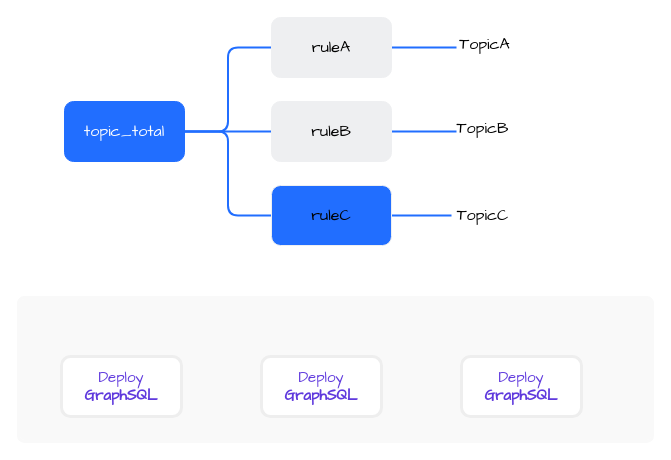
2pc/mydrawio keeps this draw.io diagram as trigger_action.drawio. Above is the earlier version. Source tidied: cells renumbered, new cells numbered last; positions are measured from the earlier drawing's top-left corner, leaving out a move shared by most shapes. Both pictures are drawn from the tidied source at 100%, with x=0, y=0 at pixel (18, 17).
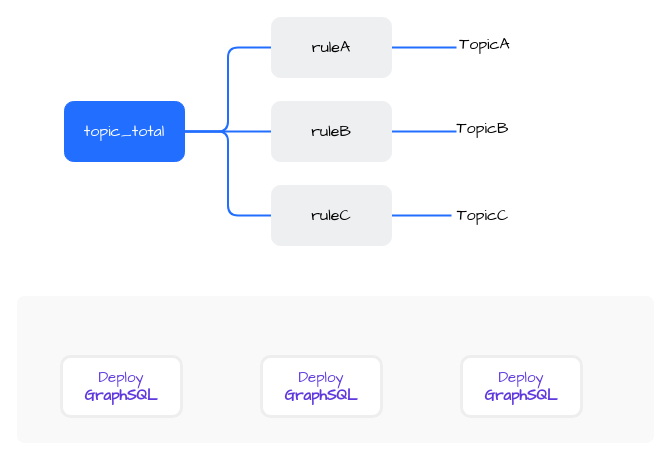
The same diagram, later.

Change to the diagram source:
```diff
@@
-    <mxCell id="15" value="&lt;font style=&quot;font-size: 16px&quot; face=&quot;Comic Sans MS&quot;&gt;ruleC&lt;/font&gt;" style="rounded=1;whiteSpace=wrap;html=1;fillColor=#216EFF;strokeColor=#EEEFF1;fontColor=#000000;" parent="1" vertex="1">
+    <mxCell id="15" value="&lt;font style=&quot;font-size: 16px&quot; face=&quot;Comic Sans MS&quot;&gt;ruleC&lt;/font&gt;" style="rounded=1;whiteSpace=wrap;html=1;fillColor=#EEEFF1;strokeColor=#EEEFF1;fontColor=#000000;" parent="1" vertex="1">
       <mxGeometry x="253" y="168" width="120" height="60" as="geometry" />
     </mxCell>
```
